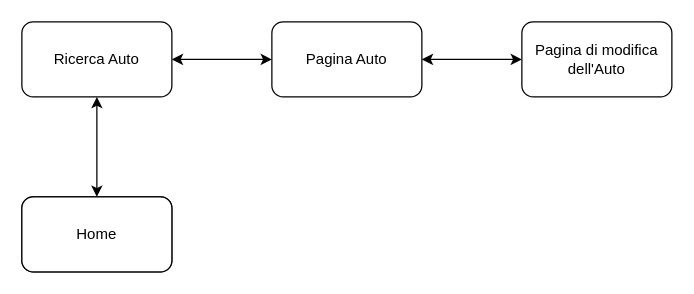
Before: Documents/Requirement Analysis Document/Review/Seconda Parte/Nav path/Sorgenti/RF4-3.drawio in dariodidario/EasyLease, a draw.io diagram. Source tidied: cells renumbered, new cells numbered last; positions are measured from the earlier drawing's top-left corner, leaving out a move shared by most shapes. Both pictures are drawn from the tidied source at 125%, with x=0, y=0 at pixel (21, 21).
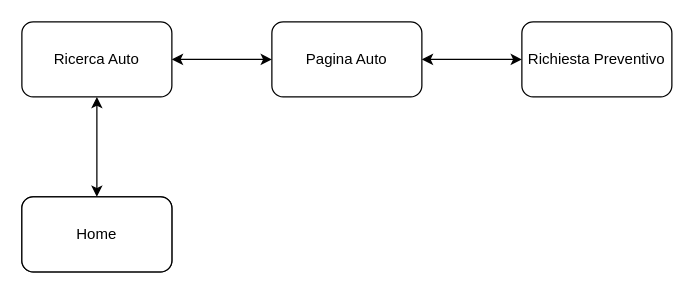
Above is the later version.

Commit message (it also covers changes not shown here):
Modifica errore nav path

Diff of the diagram source:
```diff
@@
 <mxGraphModel>
   <root>
     <mxCell id="0" />
     <mxCell id="1" parent="0" />
     <mxCell id="2" style="rounded=1;whiteSpace=wrap;html=1;" parent="1" vertex="1">
       <mxGeometry y="140" width="120" height="60" as="geometry" />
     </mxCell>
     <mxCell id="3" value="Home" style="rounded=1;whiteSpace=wrap;html=1;" parent="1" vertex="1">
       <mxGeometry y="140" width="120" height="60" as="geometry" />
     </mxCell>
     <mxCell id="4" value="Ricerca Auto" style="whiteSpace=wrap;html=1;rounded=1;" parent="1" vertex="1">
       <mxGeometry width="120" height="60" as="geometry" />
     </mxCell>
     <mxCell id="5" value="Pagina Auto" style="whiteSpace=wrap;html=1;rounded=1;" parent="1" vertex="1">
       <mxGeometry x="200" width="120" height="60" as="geometry" />
     </mxCell>
-    <mxCell id="6" value="Pagina di modifica dell'Auto" style="whiteSpace=wrap;html=1;rounded=1;" parent="1" vertex="1">
+    <mxCell id="6" value="Richiesta Preventivo" style="whiteSpace=wrap;html=1;rounded=1;" parent="1" vertex="1">
       <mxGeometry x="400" width="120" height="60" as="geometry" />
     </mxCell>
     <mxCell id="7" style="endArrow=classic;startArrow=classic;html=1;entryX=0.5;entryY=1;entryDx=0;entryDy=0;exitX=0.5;exitY=0;exitDx=0;exitDy=0;" parent="1" edge="1" source="3" target="4">
       <mxGeometry relative="1" as="geometry" />
     </mxCell>
     <mxCell id="8" style="endArrow=classic;startArrow=classic;html=1;entryX=0;entryY=0.5;entryDx=0;entryDy=0;exitX=1;exitY=0.5;exitDx=0;exitDy=0;" parent="1" edge="1" source="4" target="5">
       <mxGeometry relative="1" as="geometry" />
     </mxCell>
     <mxCell id="9" style="endArrow=classic;startArrow=classic;html=1;entryX=0;entryY=0.5;entryDx=0;entryDy=0;exitX=1;exitY=0.5;exitDx=0;exitDy=0;" parent="1" edge="1" source="5" target="6">
       <mxGeometry relative="1" as="geometry" />
     </mxCell>
   </root>
 </mxGraphModel>
```
